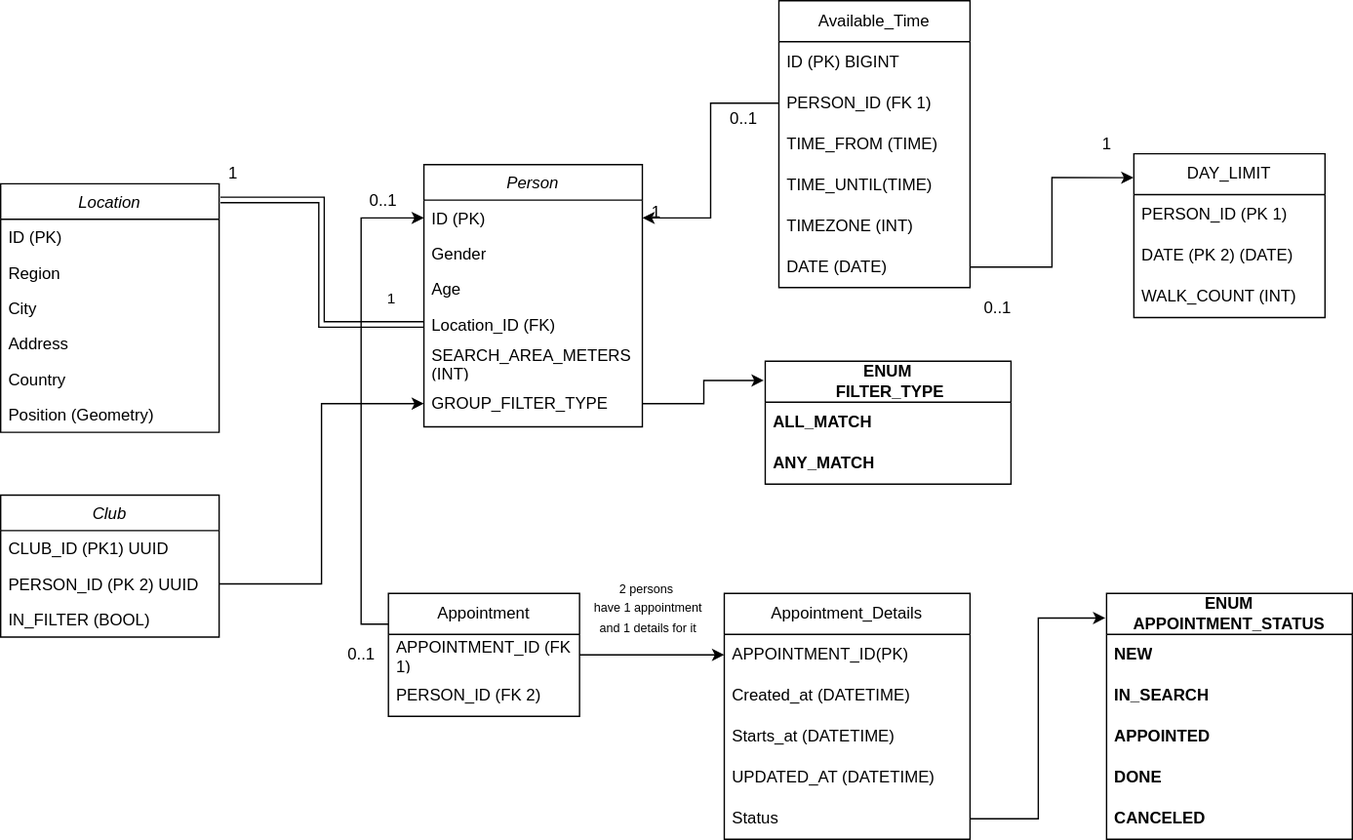
Before: doc/img/matcher_service_domain_sql_prototype_psql.svg, a diagram exported from draw.io (ru-random-walk/matcher-service). Source tidied: cells renumbered, new cells last; positions are measured from the earlier drawing's top-left corner, leaving out a move shared by most shapes.
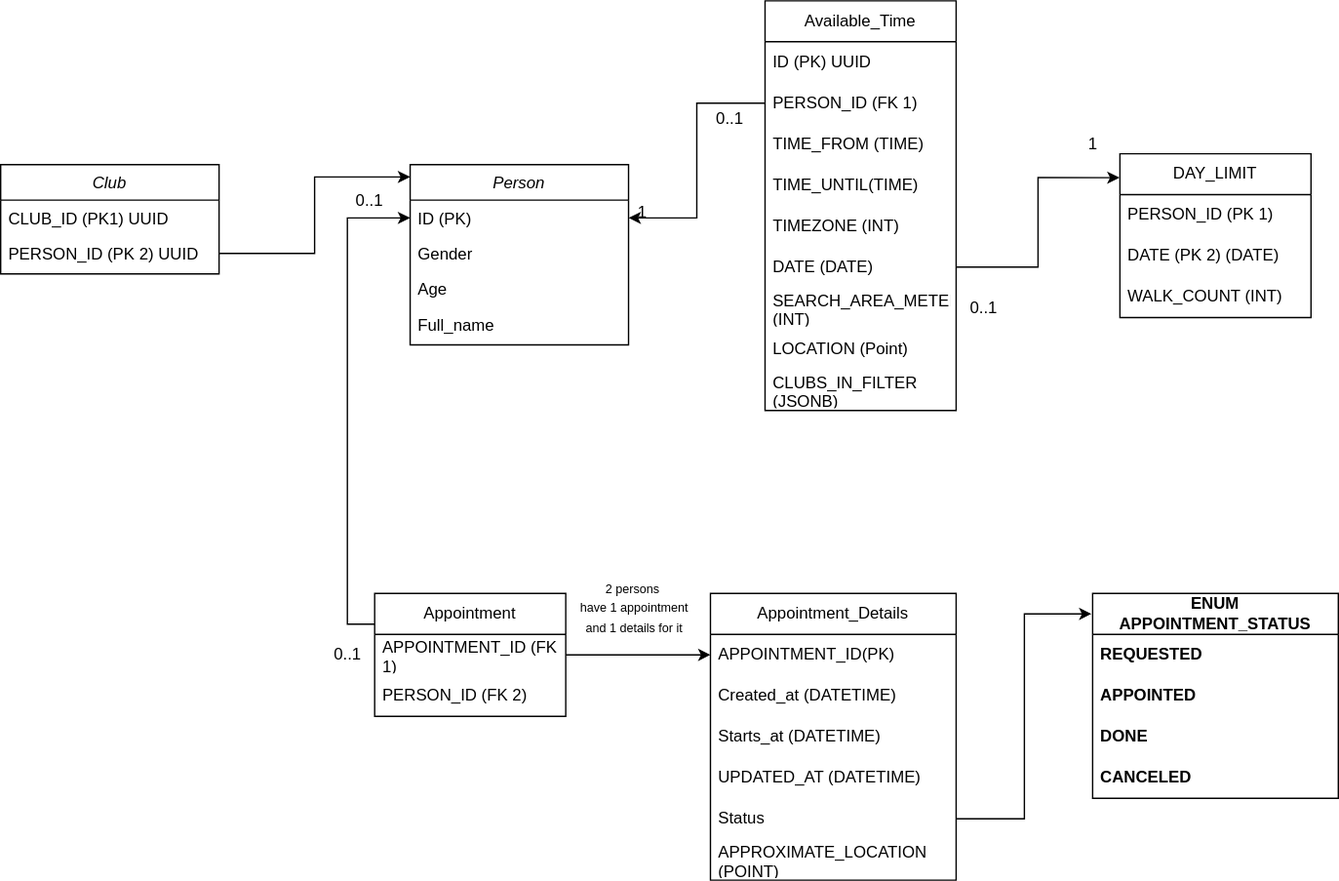
The same diagram one commit later.

Change to the diagram source:
```diff
@@ -3,7 +3,7 @@
     <mxCell id="0" />
     <mxCell id="1" parent="0" />
     <mxCell id="2" value="Person" style="swimlane;fontStyle=2;align=center;verticalAlign=top;horizontal=1;startSize=26;rounded=0;shadow=0;strokeWidth=1;" parent="1" vertex="1">
-      <mxGeometry x="310" y="120" width="160" height="192" as="geometry" />
+      <mxGeometry x="310" y="120" width="160" height="132" as="geometry" />
     </mxCell>
     <mxCell id="3" value="ID (PK)" style="text;align=left;verticalAlign=top;spacingLeft=4;spacingRight=4;overflow=hidden;points=[[0,0.5],[1,0.5]];portConstraint=eastwest;" parent="2" vertex="1">
       <mxGeometry y="26" width="160" height="26" as="geometry" />
@@ -14,15 +14,9 @@
     <mxCell id="5" value="Age" style="text;align=left;verticalAlign=top;spacingLeft=4;spacingRight=4;overflow=hidden;rounded=0;shadow=0;html=0;" parent="2" vertex="1">
       <mxGeometry y="78" width="160" height="26" as="geometry" />
     </mxCell>
-    <mxCell id="6" value="Location_ID (FK)" style="text;align=left;verticalAlign=top;spacingLeft=4;spacingRight=4;overflow=hidden;points=[[0,0.5],[1,0.5]];portConstraint=eastwest;rounded=0;shadow=0;html=0;" parent="2" vertex="1">
-      <mxGeometry y="104" width="160" height="26" as="geometry" />
-    </mxCell>
-    <mxCell id="7" value="SEARCH_AREA_METERS (INT)" style="text;strokeColor=none;fillColor=none;align=left;verticalAlign=middle;spacingLeft=4;spacingRight=4;overflow=hidden;whiteSpace=wrap;html=1;" parent="2" vertex="1">
-      <mxGeometry y="130" width="160" height="30" as="geometry" />
-    </mxCell>
-    <mxCell id="8" value="GROUP_FILTER_TYPE" style="text;strokeColor=none;fillColor=none;align=left;verticalAlign=middle;spacingLeft=4;spacingRight=4;overflow=hidden;points=[[0,0.5],[1,0.5]];portConstraint=eastwest;whiteSpace=wrap;html=1;" parent="2" vertex="1">
-      <mxGeometry y="160" width="160" height="30" as="geometry" />
-    </mxCell>
+    <mxCell id="66" value="Full_name" style="text;align=left;verticalAlign=top;spacingLeft=4;spacingRight=4;overflow=hidden;rounded=0;shadow=0;html=0;" parent="2" vertex="1">
+      <mxGeometry y="104" width="160" height="26" as="geometry" />
+    </mxCell>
     <mxCell id="9" value="Appointment" style="swimlane;fontStyle=0;horizontal=1;startSize=30;whiteSpace=wrap;html=1;" parent="1" vertex="1">
       <mxGeometry x="284" y="434" width="140" height="90" as="geometry" />
     </mxCell>
@@ -33,7 +27,7 @@
       <mxGeometry y="60" width="140" height="30" as="geometry" />
     </mxCell>
     <mxCell id="12" value="Appointment_Details" style="swimlane;fontStyle=0;horizontal=1;startSize=30;whiteSpace=wrap;html=1;" parent="1" vertex="1">
-      <mxGeometry x="530" y="434" width="180" height="180" as="geometry" />
+      <mxGeometry x="530" y="434" width="180" height="210" as="geometry" />
     </mxCell>
     <mxCell id="13" value="APPOINTMENT_ID(PK)" style="text;strokeColor=none;fillColor=none;align=left;verticalAlign=middle;spacingLeft=4;spacingRight=4;overflow=hidden;points=[[0,0.5],[1,0.5]];portConstraint=eastwest;whiteSpace=wrap;html=1;" parent="12" vertex="1">
       <mxGeometry y="30" width="180" height="30" as="geometry" />
@@ -50,6 +44,9 @@
     <mxCell id="17" value="Status" style="text;strokeColor=none;fillColor=none;align=left;verticalAlign=middle;spacingLeft=4;spacingRight=4;overflow=hidden;points=[[0,0.5],[1,0.5]];portConstraint=eastwest;whiteSpace=wrap;html=1;" parent="12" vertex="1">
       <mxGeometry y="150" width="180" height="30" as="geometry" />
     </mxCell>
+    <mxCell id="67" value="APPROXIMATE_LOCATION (POINT)" style="text;strokeColor=none;fillColor=none;align=left;verticalAlign=middle;spacingLeft=4;spacingRight=4;overflow=hidden;whiteSpace=wrap;html=1;" parent="12" vertex="1">
+      <mxGeometry y="180" width="180" height="30" as="geometry" />
+    </mxCell>
     <mxCell id="18" style="edgeStyle=orthogonalEdgeStyle;rounded=0;jettySize=auto;html=1;entryX=0;entryY=0.5;entryDx=0;entryDy=0;exitX=0;exitY=0.25;exitDx=0;exitDy=0;" parent="1" edge="1" source="9" target="3">
       <mxGeometry relative="1" as="geometry" />
     </mxCell>
@@ -66,72 +63,27 @@
       <mxGeometry x="424" y="414" width="100" height="60" as="geometry" />
     </mxCell>
     <mxCell id="23" value="&lt;b&gt;ENUM APPOINTMENT_STATUS&lt;/b&gt;" style="swimlane;fontStyle=0;horizontal=1;startSize=30;whiteSpace=wrap;html=1;" parent="1" vertex="1">
-      <mxGeometry x="810" y="434" width="180" height="180" as="geometry" />
+      <mxGeometry x="810" y="434" width="180" height="150" as="geometry" />
     </mxCell>
-    <mxCell id="24" value="&lt;b&gt;NEW&lt;/b&gt;" style="text;strokeColor=none;fillColor=none;align=left;verticalAlign=middle;spacingLeft=4;spacingRight=4;overflow=hidden;whiteSpace=wrap;html=1;" parent="23" vertex="1">
-      <mxGeometry y="30" width="180" height="30" as="geometry" />
-    </mxCell>
-    <mxCell id="25" value="&lt;b&gt;IN_SEARCH&lt;/b&gt;" style="text;strokeColor=none;fillColor=none;align=left;verticalAlign=middle;spacingLeft=4;spacingRight=4;overflow=hidden;whiteSpace=wrap;html=1;" parent="23" vertex="1">
-      <mxGeometry y="60" width="180" height="30" as="geometry" />
-    </mxCell>
+    <mxCell id="68" value="&lt;b&gt;REQUESTED&lt;/b&gt;" style="text;strokeColor=none;fillColor=none;align=left;verticalAlign=middle;spacingLeft=4;spacingRight=4;overflow=hidden;whiteSpace=wrap;html=1;" parent="23" vertex="1">
+      <mxGeometry y="30" width="180" height="30" as="geometry" />
+    </mxCell>
     <mxCell id="26" value="&lt;b&gt;APPOINTED&lt;/b&gt;" style="text;strokeColor=none;fillColor=none;align=left;verticalAlign=middle;spacingLeft=4;spacingRight=4;overflow=hidden;whiteSpace=wrap;html=1;" parent="23" vertex="1">
-      <mxGeometry y="90" width="180" height="30" as="geometry" />
+      <mxGeometry y="60" width="180" height="30" as="geometry" />
     </mxCell>
     <mxCell id="27" value="&lt;b&gt;DONE&lt;/b&gt;" style="text;strokeColor=none;fillColor=none;align=left;verticalAlign=middle;spacingLeft=4;spacingRight=4;overflow=hidden;whiteSpace=wrap;html=1;" parent="23" vertex="1">
-      <mxGeometry y="120" width="180" height="30" as="geometry" />
+      <mxGeometry y="90" width="180" height="30" as="geometry" />
     </mxCell>
     <mxCell id="28" value="&lt;b&gt;CANCELED&lt;/b&gt;" style="text;strokeColor=none;fillColor=none;align=left;verticalAlign=middle;spacingLeft=4;spacingRight=4;overflow=hidden;whiteSpace=wrap;html=1;" parent="23" vertex="1">
-      <mxGeometry y="150" width="180" height="30" as="geometry" />
+      <mxGeometry y="120" width="180" height="30" as="geometry" />
     </mxCell>
     <mxCell id="29" style="edgeStyle=orthogonalEdgeStyle;rounded=0;jettySize=auto;html=1;entryX=-0.005;entryY=0.1;entryDx=0;entryDy=0;entryPerimeter=0;" parent="1" edge="1" source="17" target="23">
       <mxGeometry relative="1" as="geometry" />
     </mxCell>
-    <mxCell id="30" value="Location" style="swimlane;fontStyle=2;align=center;verticalAlign=top;horizontal=1;startSize=26;rounded=0;shadow=0;strokeWidth=1;" parent="1" vertex="1">
-      <mxGeometry y="134" width="160" height="182" as="geometry" />
-    </mxCell>
-    <mxCell id="31" value="ID (PK)" style="text;align=left;verticalAlign=top;spacingLeft=4;spacingRight=4;overflow=hidden;" parent="30" vertex="1">
-      <mxGeometry y="26" width="160" height="26" as="geometry" />
-    </mxCell>
-    <mxCell id="32" value="Region" style="text;align=left;verticalAlign=top;spacingLeft=4;spacingRight=4;overflow=hidden;rounded=0;shadow=0;html=0;" parent="30" vertex="1">
-      <mxGeometry y="52" width="160" height="26" as="geometry" />
-    </mxCell>
-    <mxCell id="33" value="City" style="text;align=left;verticalAlign=top;spacingLeft=4;spacingRight=4;overflow=hidden;rounded=0;shadow=0;html=0;" parent="30" vertex="1">
-      <mxGeometry y="78" width="160" height="26" as="geometry" />
-    </mxCell>
-    <mxCell id="34" value="Address" style="text;align=left;verticalAlign=top;spacingLeft=4;spacingRight=4;overflow=hidden;rounded=0;shadow=0;html=0;" parent="30" vertex="1">
-      <mxGeometry y="104" width="160" height="26" as="geometry" />
-    </mxCell>
-    <mxCell id="35" value="Country" style="text;align=left;verticalAlign=top;spacingLeft=4;spacingRight=4;overflow=hidden;rounded=0;shadow=0;html=0;" parent="30" vertex="1">
-      <mxGeometry y="130" width="160" height="26" as="geometry" />
-    </mxCell>
-    <mxCell id="36" value="Position (Geometry)" style="text;align=left;verticalAlign=top;spacingLeft=4;spacingRight=4;overflow=hidden;rounded=0;shadow=0;html=0;" parent="30" vertex="1">
-      <mxGeometry y="156" width="160" height="26" as="geometry" />
-    </mxCell>
-    <mxCell id="37" style="edgeStyle=orthogonalEdgeStyle;rounded=0;jettySize=auto;html=1;entryX=1.006;entryY=0.065;entryDx=0;entryDy=0;entryPerimeter=0;shape=link;" parent="1" edge="1" source="6" target="30">
-      <mxGeometry relative="1" as="geometry" />
-    </mxCell>
-    <mxCell id="38" value="1" style="edgeLabel;html=1;align=center;verticalAlign=middle;" parent="37" vertex="1">
-      <mxGeometry x="-0.79" y="-20" relative="1" as="geometry" />
-    </mxCell>
-    <mxCell id="39" value="1" style="text;html=1;align=center;verticalAlign=middle;strokeColor=none;fillColor=none;" parent="1" vertex="1">
-      <mxGeometry x="155" y="112" width="30" height="30" as="geometry" />
-    </mxCell>
-    <mxCell id="40" value="&lt;b&gt;ENUM&lt;/b&gt;&lt;div&gt;&lt;b&gt;&amp;nbsp;FILTER_TYPE&lt;/b&gt;&lt;/div&gt;" style="swimlane;fontStyle=0;horizontal=1;startSize=30;whiteSpace=wrap;html=1;" parent="1" vertex="1">
-      <mxGeometry x="560" y="264" width="180" height="90" as="geometry" />
-    </mxCell>
-    <mxCell id="41" value="&lt;b&gt;ALL_MATCH&lt;/b&gt;" style="text;strokeColor=none;fillColor=none;align=left;verticalAlign=middle;spacingLeft=4;spacingRight=4;overflow=hidden;whiteSpace=wrap;html=1;" parent="40" vertex="1">
-      <mxGeometry y="30" width="180" height="30" as="geometry" />
-    </mxCell>
-    <mxCell id="42" value="&lt;b&gt;ANY_MATCH&lt;/b&gt;" style="text;strokeColor=none;fillColor=none;align=left;verticalAlign=middle;spacingLeft=4;spacingRight=4;overflow=hidden;whiteSpace=wrap;html=1;" parent="40" vertex="1">
-      <mxGeometry y="60" width="180" height="30" as="geometry" />
-    </mxCell>
-    <mxCell id="43" style="edgeStyle=orthogonalEdgeStyle;rounded=0;jettySize=auto;html=1;entryX=-0.006;entryY=0.156;entryDx=0;entryDy=0;entryPerimeter=0;" parent="1" edge="1" source="8" target="40">
-      <mxGeometry relative="1" as="geometry" />
-    </mxCell>
     <mxCell id="44" value="Available_Time" style="swimlane;fontStyle=0;horizontal=1;startSize=30;whiteSpace=wrap;html=1;" parent="1" vertex="1">
-      <mxGeometry x="570" width="140" height="210" as="geometry" />
+      <mxGeometry x="570" width="140" height="300" as="geometry" />
     </mxCell>
-    <mxCell id="45" value="ID (PK) BIGINT" style="text;strokeColor=none;fillColor=none;align=left;verticalAlign=middle;spacingLeft=4;spacingRight=4;overflow=hidden;whiteSpace=wrap;html=1;" parent="44" vertex="1">
+    <mxCell id="45" value="ID (PK) UUID" style="text;strokeColor=none;fillColor=none;align=left;verticalAlign=middle;spacingLeft=4;spacingRight=4;overflow=hidden;whiteSpace=wrap;html=1;" parent="44" vertex="1">
       <mxGeometry y="30" width="140" height="30" as="geometry" />
     </mxCell>
     <mxCell id="46" value="PERSON_ID (FK 1)" style="text;strokeColor=none;fillColor=none;align=left;verticalAlign=middle;spacingLeft=4;spacingRight=4;overflow=hidden;points=[[0,0.5],[1,0.5]];portConstraint=eastwest;whiteSpace=wrap;html=1;" parent="44" vertex="1">
@@ -149,6 +101,15 @@
     <mxCell id="50" value="DATE (DATE)" style="text;strokeColor=none;fillColor=none;align=left;verticalAlign=middle;spacingLeft=4;spacingRight=4;overflow=hidden;points=[[0,0.5],[1,0.5]];portConstraint=eastwest;whiteSpace=wrap;html=1;" parent="44" vertex="1">
       <mxGeometry y="180" width="140" height="30" as="geometry" />
     </mxCell>
+    <mxCell id="7" value="SEARCH_AREA_METERS (INT)" style="text;strokeColor=none;fillColor=none;align=left;verticalAlign=middle;spacingLeft=4;spacingRight=4;overflow=hidden;whiteSpace=wrap;html=1;" parent="44" vertex="1">
+      <mxGeometry y="210" width="140" height="30" as="geometry" />
+    </mxCell>
+    <mxCell id="69" value="LOCATION (Point)" style="text;strokeColor=none;fillColor=none;align=left;verticalAlign=middle;spacingLeft=4;spacingRight=4;overflow=hidden;whiteSpace=wrap;html=1;" parent="44" vertex="1">
+      <mxGeometry y="240" width="140" height="30" as="geometry" />
+    </mxCell>
+    <mxCell id="70" value="CLUBS_IN_FILTER (JSONB)" style="text;strokeColor=none;fillColor=none;align=left;verticalAlign=middle;spacingLeft=4;spacingRight=4;overflow=hidden;whiteSpace=wrap;html=1;" parent="44" vertex="1">
+      <mxGeometry y="270" width="140" height="30" as="geometry" />
+    </mxCell>
     <mxCell id="51" value="DAY_LIMIT" style="swimlane;fontStyle=0;horizontal=1;startSize=30;whiteSpace=wrap;html=1;" parent="1" vertex="1">
       <mxGeometry x="830" y="112" width="140" height="120" as="geometry" />
     </mxCell>
@@ -180,7 +141,7 @@
       <mxGeometry x="795" y="90" width="30" height="30" as="geometry" />
     </mxCell>
     <mxCell id="61" value="Club" style="swimlane;fontStyle=2;align=center;verticalAlign=top;horizontal=1;startSize=26;rounded=0;shadow=0;strokeWidth=1;" parent="1" vertex="1">
-      <mxGeometry y="362" width="160" height="104" as="geometry" />
+      <mxGeometry x="10" y="120" width="160" height="80" as="geometry" />
     </mxCell>
     <mxCell id="62" value="CLUB_ID (PK1) UUID" style="text;align=left;verticalAlign=top;spacingLeft=4;spacingRight=4;overflow=hidden;" parent="61" vertex="1">
       <mxGeometry y="26" width="160" height="26" as="geometry" />
@@ -188,10 +149,7 @@
     <mxCell id="63" value="PERSON_ID (PK 2) UUID" style="text;align=left;verticalAlign=top;spacingLeft=4;spacingRight=4;overflow=hidden;points=[[0,0.5],[1,0.5]];portConstraint=eastwest;rounded=0;shadow=0;html=0;" parent="61" vertex="1">
       <mxGeometry y="52" width="160" height="26" as="geometry" />
     </mxCell>
-    <mxCell id="64" value="IN_FILTER (BOOL)" style="text;align=left;verticalAlign=top;spacingLeft=4;spacingRight=4;overflow=hidden;rounded=0;shadow=0;html=0;" parent="61" vertex="1">
-      <mxGeometry y="78" width="160" height="26" as="geometry" />
-    </mxCell>
-    <mxCell id="65" style="edgeStyle=orthogonalEdgeStyle;rounded=0;jettySize=auto;html=1;entryX=0;entryY=0.5;entryDx=0;entryDy=0;" parent="1" edge="1" source="63" target="8">
+    <mxCell id="65" style="edgeStyle=orthogonalEdgeStyle;rounded=0;jettySize=auto;html=1;entryX=0;entryY=0.068;entryDx=0;entryDy=0;entryPerimeter=0;" parent="1" edge="1" source="63" target="2">
       <mxGeometry relative="1" as="geometry" />
     </mxCell>
   </root>
```
